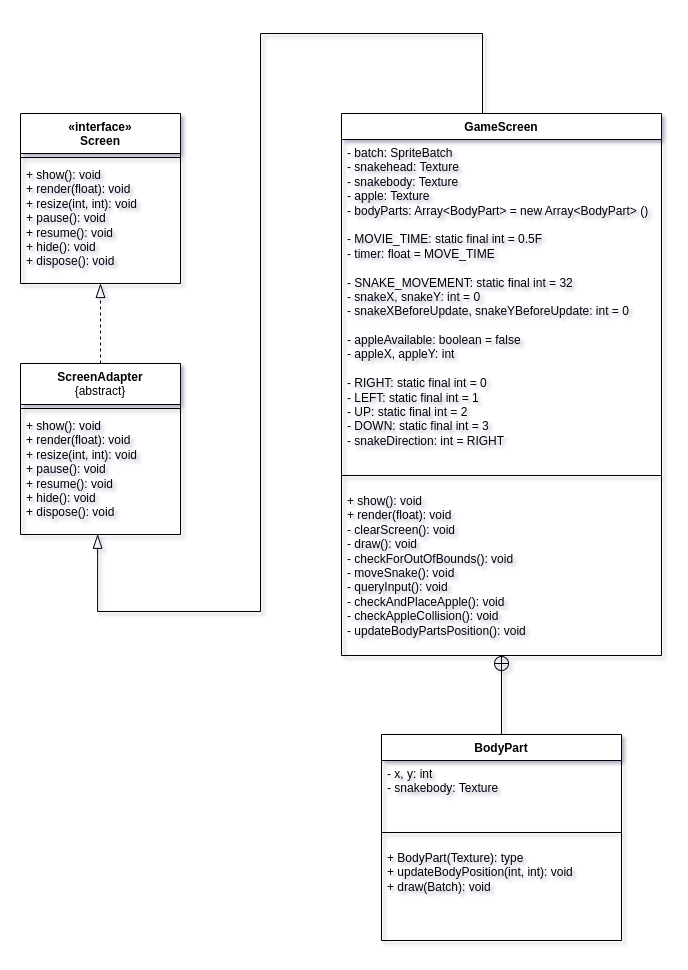
This is Snake_Java_GDX_UML.png from marcoscheuerer/Snake_Java_GDX, a draw.io export, as it was before one commit. Source tidied: cells renumbered, new cells last; positions are measured from the earlier drawing's top-left corner, leaving out a move shared by most shapes.
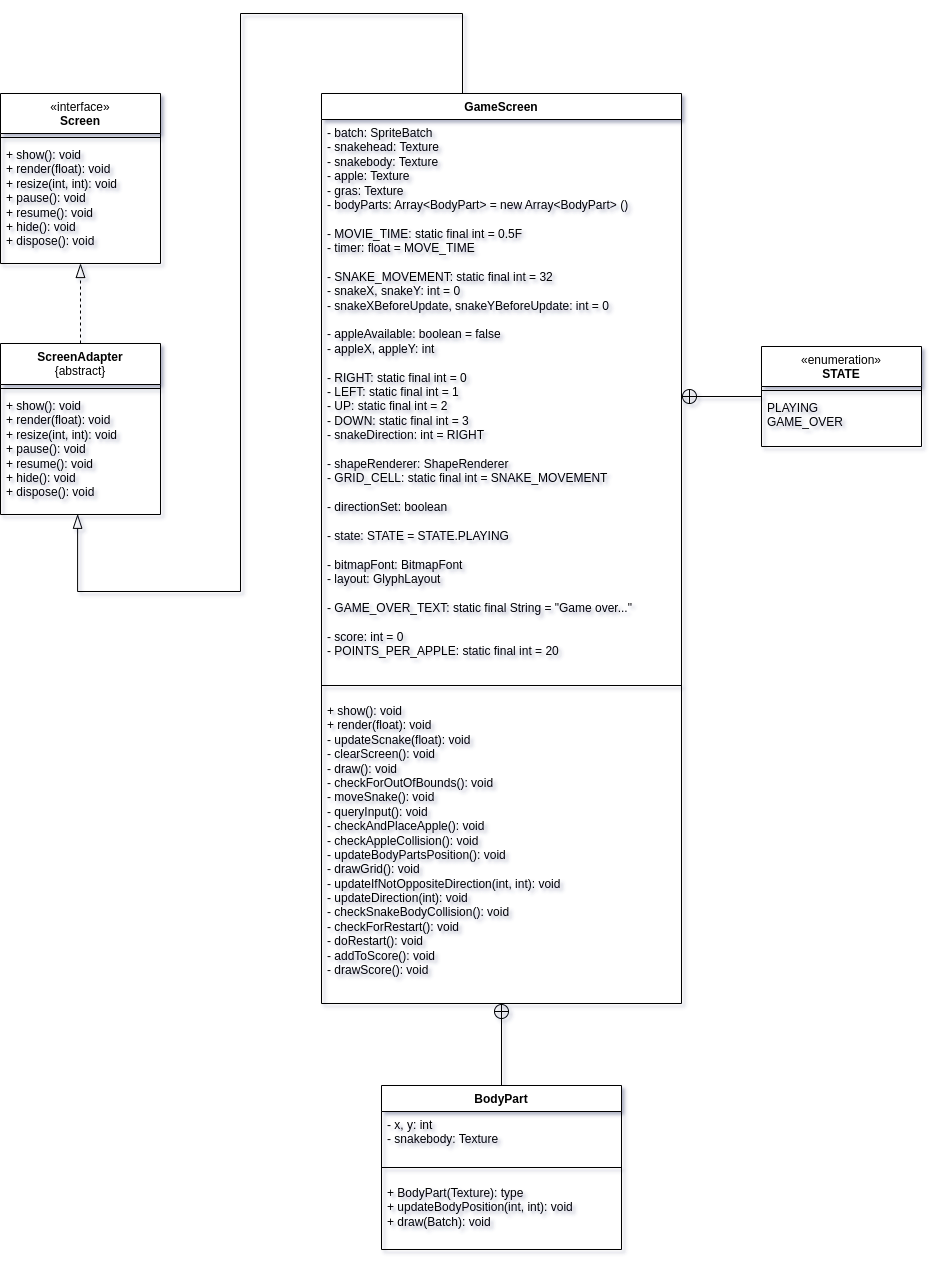
After the commit.

Commit message:
Updated UML-Diagram

Change to the diagram source:
```diff
@@ -14,18 +14,18 @@
       </mxGeometry>
     </mxCell>
     <mxCell id="3" value="GameScreen" style="swimlane;fontStyle=1;align=center;verticalAlign=top;horizontal=1;startSize=26;whiteSpace=wrap;html=1;" parent="1" vertex="1">
-      <mxGeometry x="321" y="80" width="320" height="542" as="geometry" />
+      <mxGeometry x="321" y="80" width="360" height="910" as="geometry" />
     </mxCell>
-    <mxCell id="4" value="- batch: SpriteBatch&lt;br&gt;- snakehead: Texture&lt;br&gt;- snakebody: Texture&lt;br&gt;- apple: Texture&lt;br&gt;- bodyParts: Array&amp;lt;BodyPart&amp;gt; = new Array&amp;lt;BodyPart&amp;gt; ()&lt;br&gt;&lt;br&gt;- MOVIE_TIME: static final int = 0.5F&lt;br&gt;- timer: float = MOVE_TIME&lt;br&gt;&lt;br&gt;- SNAKE_MOVEMENT: static final int = 32&lt;br&gt;- snakeX, snakeY: int = 0&lt;br&gt;- snakeXBeforeUpdate, snakeYBeforeUpdate: int = 0&lt;br&gt;&lt;br&gt;- appleAvailable: boolean = false&lt;br&gt;- appleX, appleY: int&lt;br&gt;&lt;br&gt;- RIGHT: static final int = 0&lt;br&gt;- LEFT: static final int = 1&lt;br&gt;- UP: static final int = 2&lt;br&gt;- DOWN: static final int = 3&lt;br&gt;- snakeDirection: int = RIGHT" style="text;strokeColor=none;fillColor=none;align=left;verticalAlign=top;spacingLeft=4;spacingRight=4;overflow=hidden;points=[[0,0.5],[1,0.5]];portConstraint=eastwest;whiteSpace=wrap;html=1;" parent="3" vertex="1">
-      <mxGeometry y="26" width="320" height="324" as="geometry" />
+    <mxCell id="4" value="- batch: SpriteBatch&lt;br&gt;- snakehead: Texture&lt;br&gt;- snakebody: Texture&lt;br&gt;- apple: Texture&lt;br&gt;- gras: Texture&lt;br&gt;- bodyParts: Array&amp;lt;BodyPart&amp;gt; = new Array&amp;lt;BodyPart&amp;gt; ()&lt;br&gt;&lt;br&gt;- MOVIE_TIME: static final int = 0.5F&lt;br&gt;- timer: float = MOVE_TIME&lt;br&gt;&lt;br&gt;- SNAKE_MOVEMENT: static final int = 32&lt;br&gt;- snakeX, snakeY: int = 0&lt;br&gt;- snakeXBeforeUpdate, snakeYBeforeUpdate: int = 0&lt;br&gt;&lt;br&gt;- appleAvailable: boolean = false&lt;br&gt;- appleX, appleY: int&lt;br&gt;&lt;br&gt;- RIGHT: static final int = 0&lt;br&gt;- LEFT: static final int = 1&lt;br&gt;- UP: static final int = 2&lt;br&gt;- DOWN: static final int = 3&lt;br&gt;- snakeDirection: int = RIGHT&lt;br&gt;&lt;br&gt;- shapeRenderer: ShapeRenderer&lt;br&gt;- GRID_CELL: static final int = SNAKE_MOVEMENT&lt;br&gt;&lt;br&gt;- directionSet: boolean&lt;br&gt;&lt;br&gt;- state: STATE = STATE.PLAYING&lt;br&gt;&lt;br&gt;- bitmapFont: BitmapFont&lt;br&gt;- layout: GlyphLayout&lt;br&gt;&lt;br&gt;- GAME_OVER_TEXT: static final String = &quot;Game over...&quot;&lt;br&gt;&lt;br&gt;- score: int = 0&lt;br&gt;- POINTS_PER_APPLE: static final int = 20" style="text;strokeColor=none;fillColor=none;align=left;verticalAlign=top;spacingLeft=4;spacingRight=4;overflow=hidden;points=[[0,0.5],[1,0.5]];portConstraint=eastwest;whiteSpace=wrap;html=1;" parent="3" vertex="1">
+      <mxGeometry y="26" width="360" height="554" as="geometry" />
     </mxCell>
     <mxCell id="5" style="line;strokeWidth=1;fillColor=none;align=left;verticalAlign=middle;spacingTop=-1;spacingLeft=3;spacingRight=3;labelPosition=right;strokeColor=inherit;" parent="3" vertex="1">
-      <mxGeometry y="350" width="320" height="24" as="geometry" />
+      <mxGeometry y="580" width="360" height="24" as="geometry" />
     </mxCell>
-    <mxCell id="6" value="+ show(): void&lt;br&gt;+ render(float): void&lt;br&gt;- clearScreen(): void&lt;br&gt;- draw(): void&lt;br&gt;- checkForOutOfBounds(): void&lt;br&gt;- moveSnake(): void&lt;br&gt;- queryInput(): void&lt;br&gt;- checkAndPlaceApple(): void&lt;br&gt;- checkAppleCollision(): void&lt;br&gt;- updateBodyPartsPosition(): void" style="text;strokeColor=none;fillColor=none;align=left;verticalAlign=top;spacingLeft=4;spacingRight=4;overflow=hidden;points=[[0,0.5],[1,0.5]];portConstraint=eastwest;whiteSpace=wrap;html=1;" parent="3" vertex="1">
-      <mxGeometry y="374" width="320" height="168" as="geometry" />
+    <mxCell id="6" value="+ show(): void&lt;br&gt;+ render(float): void&lt;br&gt;- updateScnake(float): void&lt;br&gt;- clearScreen(): void&lt;br&gt;- draw(): void&lt;br&gt;- checkForOutOfBounds(): void&lt;br&gt;- moveSnake(): void&lt;br&gt;- queryInput(): void&lt;br&gt;- checkAndPlaceApple(): void&lt;br&gt;- checkAppleCollision(): void&lt;br&gt;- updateBodyPartsPosition(): void&lt;br&gt;- drawGrid(): void&lt;br&gt;- updateIfNotOppositeDirection(int, int): void&lt;br&gt;- updateDirection(int): void&lt;br&gt;- checkSnakeBodyCollision(): void&lt;br&gt;- checkForRestart(): void&lt;br&gt;- doRestart(): void&lt;br&gt;- addToScore(): void&lt;br&gt;- drawScore(): void" style="text;strokeColor=none;fillColor=none;align=left;verticalAlign=top;spacingLeft=4;spacingRight=4;overflow=hidden;points=[[0,0.5],[1,0.5]];portConstraint=eastwest;whiteSpace=wrap;html=1;" parent="3" vertex="1">
+      <mxGeometry y="604" width="360" height="306" as="geometry" />
     </mxCell>
-    <mxCell id="7" value="«interface»&lt;br&gt;Screen" style="swimlane;fontStyle=1;align=center;verticalAlign=top;horizontal=1;startSize=40;whiteSpace=wrap;html=1;" parent="1" vertex="1">
+    <mxCell id="7" value="&lt;span style=&quot;font-weight: normal;&quot;&gt;«interface»&lt;/span&gt;&lt;br&gt;Screen" style="swimlane;fontStyle=1;align=center;verticalAlign=top;horizontal=1;startSize=40;whiteSpace=wrap;html=1;" parent="1" vertex="1">
       <mxGeometry y="80" width="160" height="170" as="geometry" />
     </mxCell>
     <mxCell id="8" style="line;strokeWidth=1;fillColor=none;align=left;verticalAlign=middle;spacingTop=-1;spacingLeft=3;spacingRight=3;labelPosition=right;strokeColor=inherit;" parent="7" vertex="1">
@@ -50,16 +50,28 @@
       <mxGeometry relative="1" as="geometry" />
     </mxCell>
     <mxCell id="15" value="BodyPart" style="swimlane;fontStyle=1;align=center;verticalAlign=top;horizontal=1;startSize=26;whiteSpace=wrap;html=1;" parent="1" vertex="1">
-      <mxGeometry x="361" y="701" width="240" height="206" as="geometry" />
+      <mxGeometry x="381" y="1072" width="240" height="164" as="geometry" />
     </mxCell>
     <mxCell id="16" value="- x, y: int&lt;br&gt;- snakebody: Texture" style="text;strokeColor=none;fillColor=none;align=left;verticalAlign=top;spacingLeft=4;spacingRight=4;overflow=hidden;whiteSpace=wrap;html=1;" parent="15" vertex="1">
-      <mxGeometry y="26" width="240" height="60" as="geometry" />
+      <mxGeometry y="26" width="240" height="44" as="geometry" />
     </mxCell>
     <mxCell id="17" style="line;strokeWidth=1;fillColor=none;align=left;verticalAlign=middle;spacingTop=-1;spacingLeft=3;spacingRight=3;labelPosition=right;strokeColor=inherit;" parent="15" vertex="1">
-      <mxGeometry y="86" width="240" height="24" as="geometry" />
+      <mxGeometry y="70" width="240" height="24" as="geometry" />
     </mxCell>
     <mxCell id="18" value="+ BodyPart(Texture): type&lt;br&gt;+ updateBodyPosition(int, int): void&lt;br&gt;+ draw(Batch): void" style="text;strokeColor=none;fillColor=none;align=left;verticalAlign=top;spacingLeft=4;spacingRight=4;overflow=hidden;whiteSpace=wrap;html=1;" parent="15" vertex="1">
-      <mxGeometry y="110" width="240" height="96" as="geometry" />
+      <mxGeometry y="94" width="240" height="70" as="geometry" />
     </mxCell>
+    <mxCell id="19" style="edgeStyle=orthogonalEdgeStyle;rounded=0;jettySize=auto;html=1;entryX=1;entryY=0.5;entryDx=0;entryDy=0;endArrow=circlePlus;endFill=0;" parent="1" edge="1" source="20" target="4">
+      <mxGeometry relative="1" as="geometry" />
+    </mxCell>
+    <mxCell id="20" value="&lt;span style=&quot;font-weight: normal;&quot;&gt;«enumeration»&lt;/span&gt;&lt;br&gt;STATE" style="swimlane;fontStyle=1;align=center;verticalAlign=top;horizontal=1;startSize=40;whiteSpace=wrap;html=1;" parent="1" vertex="1">
+      <mxGeometry x="761" y="333" width="160" height="100" as="geometry" />
+    </mxCell>
+    <mxCell id="21" style="line;strokeWidth=1;fillColor=none;align=left;verticalAlign=middle;spacingTop=-1;spacingLeft=3;spacingRight=3;labelPosition=right;strokeColor=inherit;" parent="20" vertex="1">
+      <mxGeometry y="40" width="160" height="8" as="geometry" />
+    </mxCell>
+    <mxCell id="22" value="PLAYING&lt;br&gt;GAME_OVER" style="text;strokeColor=none;fillColor=none;align=left;verticalAlign=top;spacingLeft=4;spacingRight=4;overflow=hidden;whiteSpace=wrap;html=1;" parent="20" vertex="1">
+      <mxGeometry y="48" width="160" height="52" as="geometry" />
+    </mxCell>
   </root>
 </mxGraphModel>
```
